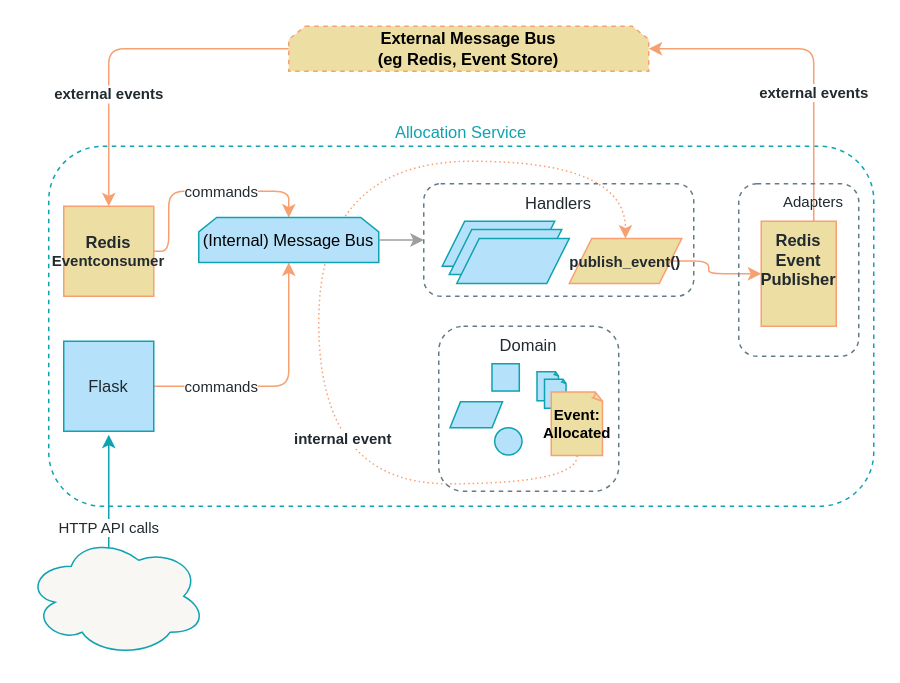
This is page "Chapter 11" (8 of 11) of maps.drawio from cosmicpython/book, a draw.io file, before an edit. Source tidied: cells renumbered, new cells numbered last; positions are measured from the earlier drawing's top-left corner, leaving out a move shared by most shapes. Both pictures are drawn from the tidied source at 150%, with x=0, y=0 at pixel (26, 26).
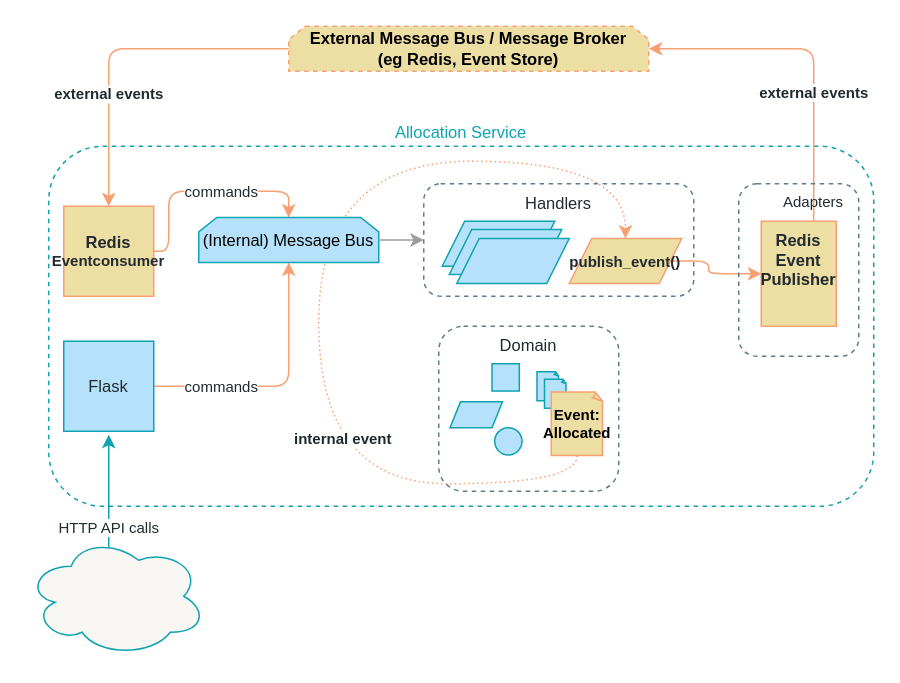
Above is the later version.

Commit message:
more tweaks in messagebroker

What changed in the source:
```diff
@@
-    <mxCell id="7" value="&lt;div style=&quot;font-size: 11px;&quot;&gt;External Message Bus&lt;/div&gt;&lt;div style=&quot;font-size: 11px;&quot;&gt;(eg Redis, Event Store)&lt;br style=&quot;font-size: 11px;&quot;&gt;&lt;/div&gt;" style="shape=loopLimit;whiteSpace=wrap;html=1;shadow=0;dashed=1;fontFamily=Guardian Sans Cond Light;fontSize=11;fontColor=#000000;align=center;strokeColor=#F7A072;fillColor=#EDDEA4;gradientColor=none;size=11;fontStyle=1;" parent="1" vertex="1">
+    <mxCell id="7" value="&lt;div style=&quot;font-size: 11px&quot;&gt;External Message Bus / Message Broker&lt;br&gt;&lt;/div&gt;&lt;div style=&quot;font-size: 11px&quot;&gt;(eg Redis, Event Store)&lt;br style=&quot;font-size: 11px&quot;&gt;&lt;/div&gt;" style="shape=loopLimit;whiteSpace=wrap;html=1;shadow=0;dashed=1;fontFamily=Guardian Sans Cond Light;fontSize=11;fontColor=#000000;align=center;strokeColor=#F7A072;fillColor=#EDDEA4;gradientColor=none;size=11;fontStyle=1;" parent="1" vertex="1">
       <mxGeometry x="175" width="240" height="30" as="geometry" />
     </mxCell>
```
